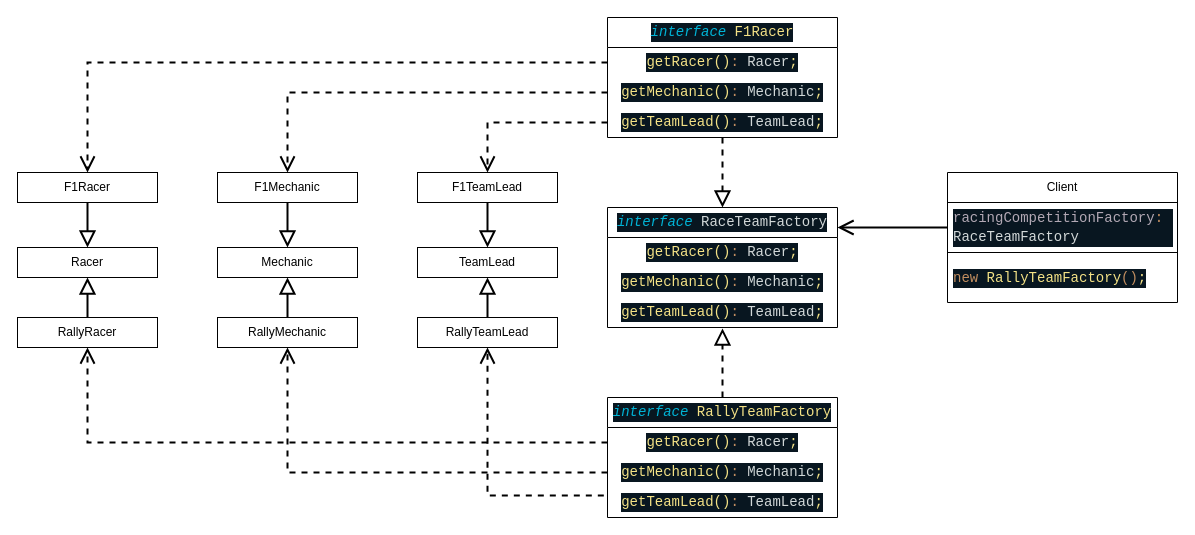
Earlier version of the draw.io diagram Patterns/Creational/Abstract-Factory/abstract-factory.drawio (PushOk322/JS-TS). Source tidied: cells renumbered, new cells numbered last; positions are measured from the earlier drawing's top-left corner, leaving out a move shared by most shapes. Both pictures are drawn from the tidied source at 100%, with x=0, y=0 at pixel (17, 17).
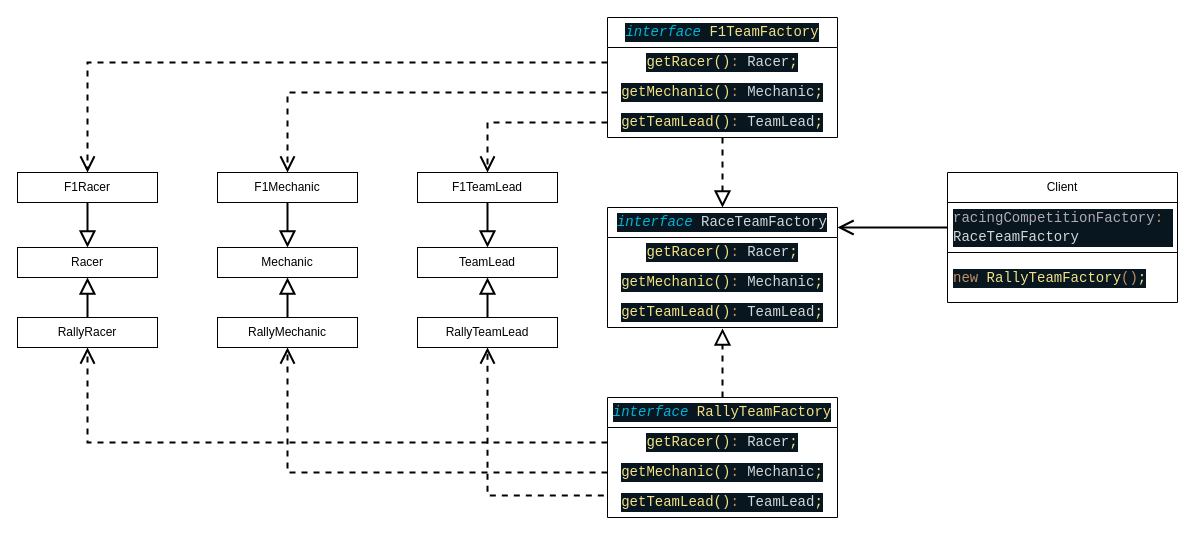
The same diagram, later.

The edit, as a diff of the source:
```diff
@@
-    <mxCell id="30" value="&lt;div style=&quot;color: rgb(246, 250, 253); background-color: rgb(8, 22, 32); font-family: Consolas, Consolas, &amp;quot;Courier New&amp;quot;, monospace; font-size: 14px; line-height: 19px;&quot;&gt;&lt;span style=&quot;color: #00b4d6;font-style: italic;&quot;&gt;interface&lt;/span&gt;&amp;nbsp;&lt;span style=&quot;color: rgb(244, 226, 134);&quot;&gt;F1Racer&lt;/span&gt;&lt;/div&gt;" style="swimlane;fontStyle=0;horizontal=1;startSize=30;whiteSpace=wrap;html=1;" parent="1" vertex="1">
+    <mxCell id="30" value="&lt;div style=&quot;color: rgb(246, 250, 253); background-color: rgb(8, 22, 32); font-family: Consolas, Consolas, &amp;quot;Courier New&amp;quot;, monospace; font-size: 14px; line-height: 19px;&quot;&gt;&lt;span style=&quot;color: #00b4d6;font-style: italic;&quot;&gt;interface&lt;/span&gt;&amp;nbsp;&lt;span style=&quot;color: rgb(244, 226, 134);&quot;&gt;F1TeamFactory&lt;/span&gt;&lt;/div&gt;" style="swimlane;fontStyle=0;horizontal=1;startSize=30;whiteSpace=wrap;html=1;" parent="1" vertex="1">
       <mxGeometry x="590" width="230" height="120" as="geometry" />
     </mxCell>
```
